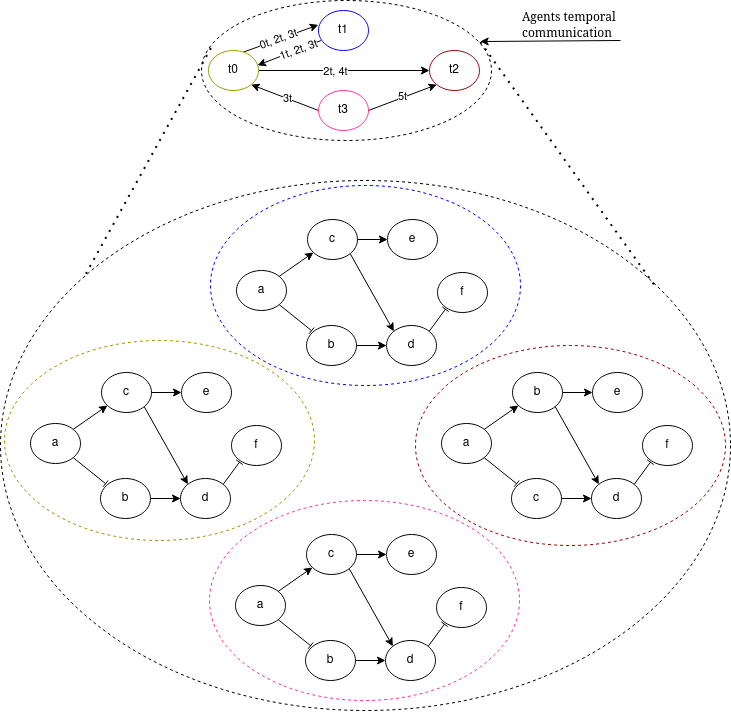
Before: docs/images/MAStemporal.drawio.png, a diagram exported from draw.io (josura/c2c-sepia). Source tidied: cells renumbered, new cells last; positions are measured from the earlier drawing's top-left corner, leaving out a move shared by most shapes. Source of this version:
```xml
<mxGraphModel>
  <root>
    <mxCell id="0" />
    <mxCell id="1" parent="0" />
    <mxCell id="2" style="ellipse;whiteSpace=wrap;html=1;dashed=1;fillColor=none;strokeColor=#000000;" parent="1" vertex="1">
      <mxGeometry x="201" width="290" height="140" as="geometry" />
    </mxCell>
    <mxCell id="3" style="ellipse;whiteSpace=wrap;html=1;dashed=1;fillColor=none;strokeColor=#000000;" parent="1" vertex="1">
      <mxGeometry y="180" width="730" height="530" as="geometry" />
    </mxCell>
    <mxCell id="4" style="ellipse;whiteSpace=wrap;html=1;dashed=1;fillColor=none;strokeColor=#999900;" parent="1" vertex="1">
      <mxGeometry x="4" y="340" width="310" height="200" as="geometry" />
    </mxCell>
    <mxCell id="5" style="edgeStyle=none;rounded=0;jettySize=auto;html=1;exitX=1;exitY=1;exitDx=0;exitDy=0;endArrow=baseDash;endFill=0;entryX=0.102;entryY=0.129;entryDx=0;entryDy=0;entryPerimeter=0;" parent="1" edge="1" source="7" target="12">
      <mxGeometry relative="1" as="geometry" />
    </mxCell>
    <mxCell id="6" style="edgeStyle=none;rounded=0;jettySize=auto;html=1;exitX=1;exitY=0;exitDx=0;exitDy=0;" parent="1" edge="1" source="7" target="10">
      <mxGeometry relative="1" as="geometry" />
    </mxCell>
    <mxCell id="7" value="a" style="ellipse;whiteSpace=wrap;html=1;" parent="1" vertex="1">
      <mxGeometry x="30" y="423" width="50" height="40" as="geometry" />
    </mxCell>
    <mxCell id="8" style="edgeStyle=none;rounded=0;jettySize=auto;html=1;exitX=1;exitY=0.5;exitDx=0;exitDy=0;entryX=0;entryY=0.5;entryDx=0;entryDy=0;" parent="1" edge="1" source="10" target="15">
      <mxGeometry relative="1" as="geometry" />
    </mxCell>
    <mxCell id="9" style="edgeStyle=none;rounded=0;jettySize=auto;html=1;exitX=1;exitY=1;exitDx=0;exitDy=0;entryX=0;entryY=0;entryDx=0;entryDy=0;" parent="1" edge="1" source="10" target="14">
      <mxGeometry relative="1" as="geometry" />
    </mxCell>
    <mxCell id="10" value="c" style="ellipse;whiteSpace=wrap;html=1;" parent="1" vertex="1">
      <mxGeometry x="101" y="372" width="50" height="40" as="geometry" />
    </mxCell>
    <mxCell id="11" style="edgeStyle=none;rounded=0;jettySize=auto;html=1;exitX=1;exitY=0.5;exitDx=0;exitDy=0;" parent="1" edge="1" source="12" target="14">
      <mxGeometry relative="1" as="geometry" />
    </mxCell>
    <mxCell id="12" value="b" style="ellipse;whiteSpace=wrap;html=1;" parent="1" vertex="1">
      <mxGeometry x="100" y="478" width="50" height="40" as="geometry" />
    </mxCell>
    <mxCell id="13" style="edgeStyle=none;rounded=0;jettySize=auto;html=1;exitX=1;exitY=0;exitDx=0;exitDy=0;entryX=0.159;entryY=0.917;entryDx=0;entryDy=0;endArrow=baseDash;endFill=0;entryPerimeter=0;" parent="1" edge="1" source="14" target="16">
      <mxGeometry relative="1" as="geometry" />
    </mxCell>
    <mxCell id="14" value="d" style="ellipse;whiteSpace=wrap;html=1;" parent="1" vertex="1">
      <mxGeometry x="180" y="478" width="50" height="40" as="geometry" />
    </mxCell>
    <mxCell id="15" value="e" style="ellipse;whiteSpace=wrap;html=1;" parent="1" vertex="1">
      <mxGeometry x="181" y="372" width="50" height="40" as="geometry" />
    </mxCell>
    <mxCell id="16" value="f" style="ellipse;whiteSpace=wrap;html=1;" parent="1" vertex="1">
      <mxGeometry x="231" y="425" width="50" height="40" as="geometry" />
    </mxCell>
    <mxCell id="17" style="edgeStyle=none;rounded=0;jettySize=auto;html=1;exitX=0.692;exitY=0.044;exitDx=0;exitDy=0;entryX=-0.004;entryY=0.359;entryDx=0;entryDy=0;exitPerimeter=0;entryPerimeter=0;" parent="1" edge="1" source="21" target="51">
      <mxGeometry relative="1" as="geometry" />
    </mxCell>
    <mxCell id="18" value="0t, 2t, 3t" style="edgeLabel;html=1;align=center;verticalAlign=middle;rotation=-20;" parent="17" vertex="1">
      <mxGeometry x="-0.35" y="1" relative="1" as="geometry">
        <mxPoint x="11" y="-3" as="offset" />
      </mxGeometry>
    </mxCell>
    <mxCell id="19" style="edgeStyle=none;rounded=0;jettySize=auto;html=1;exitX=1;exitY=0.5;exitDx=0;exitDy=0;entryX=0;entryY=0.5;entryDx=0;entryDy=0;" parent="1" edge="1" source="21" target="35">
      <mxGeometry relative="1" as="geometry" />
    </mxCell>
    <mxCell id="20" value="2t, 4t" style="edgeLabel;html=1;align=center;verticalAlign=middle;" parent="19" vertex="1">
      <mxGeometry x="-0.11" y="-1" relative="1" as="geometry" />
    </mxCell>
    <mxCell id="21" value="t0" style="ellipse;whiteSpace=wrap;html=1;strokeColor=#999900;" parent="1" vertex="1">
      <mxGeometry x="208" y="50" width="50" height="40" as="geometry" />
    </mxCell>
    <mxCell id="22" style="ellipse;whiteSpace=wrap;html=1;dashed=1;fillColor=none;strokeColor=#990000;" parent="1" vertex="1">
      <mxGeometry x="415" y="345" width="310" height="200" as="geometry" />
    </mxCell>
    <mxCell id="23" style="edgeStyle=none;rounded=0;jettySize=auto;html=1;exitX=1;exitY=1;exitDx=0;exitDy=0;endArrow=baseDash;endFill=0;entryX=0.102;entryY=0.129;entryDx=0;entryDy=0;entryPerimeter=0;" parent="1" edge="1" source="25" target="30">
      <mxGeometry relative="1" as="geometry" />
    </mxCell>
    <mxCell id="24" style="edgeStyle=none;rounded=0;jettySize=auto;html=1;exitX=1;exitY=0;exitDx=0;exitDy=0;" parent="1" edge="1" source="25" target="28">
      <mxGeometry relative="1" as="geometry" />
    </mxCell>
    <mxCell id="25" value="a" style="ellipse;whiteSpace=wrap;html=1;" parent="1" vertex="1">
      <mxGeometry x="441" y="423" width="50" height="40" as="geometry" />
    </mxCell>
    <mxCell id="26" style="edgeStyle=none;rounded=0;jettySize=auto;html=1;exitX=1;exitY=0.5;exitDx=0;exitDy=0;entryX=0;entryY=0.5;entryDx=0;entryDy=0;" parent="1" edge="1" source="28" target="33">
      <mxGeometry relative="1" as="geometry" />
    </mxCell>
    <mxCell id="27" style="edgeStyle=none;rounded=0;jettySize=auto;html=1;exitX=1;exitY=1;exitDx=0;exitDy=0;entryX=0;entryY=0;entryDx=0;entryDy=0;" parent="1" edge="1" source="28" target="32">
      <mxGeometry relative="1" as="geometry" />
    </mxCell>
    <mxCell id="28" value="b" style="ellipse;whiteSpace=wrap;html=1;" parent="1" vertex="1">
      <mxGeometry x="512" y="372" width="50" height="40" as="geometry" />
    </mxCell>
    <mxCell id="29" style="edgeStyle=none;rounded=0;jettySize=auto;html=1;exitX=1;exitY=0.5;exitDx=0;exitDy=0;" parent="1" edge="1" source="30" target="32">
      <mxGeometry relative="1" as="geometry" />
    </mxCell>
    <mxCell id="30" value="c" style="ellipse;whiteSpace=wrap;html=1;" parent="1" vertex="1">
      <mxGeometry x="511" y="478" width="50" height="40" as="geometry" />
    </mxCell>
    <mxCell id="31" style="edgeStyle=none;rounded=0;jettySize=auto;html=1;exitX=1;exitY=0;exitDx=0;exitDy=0;entryX=0.159;entryY=0.917;entryDx=0;entryDy=0;endArrow=baseDash;endFill=0;entryPerimeter=0;" parent="1" edge="1" source="32" target="34">
      <mxGeometry relative="1" as="geometry" />
    </mxCell>
    <mxCell id="32" value="d" style="ellipse;whiteSpace=wrap;html=1;" parent="1" vertex="1">
      <mxGeometry x="591" y="478" width="50" height="40" as="geometry" />
    </mxCell>
    <mxCell id="33" value="e" style="ellipse;whiteSpace=wrap;html=1;" parent="1" vertex="1">
      <mxGeometry x="592" y="372" width="50" height="40" as="geometry" />
    </mxCell>
    <mxCell id="34" value="f" style="ellipse;whiteSpace=wrap;html=1;" parent="1" vertex="1">
      <mxGeometry x="642" y="425" width="50" height="40" as="geometry" />
    </mxCell>
    <mxCell id="35" value="t2" style="ellipse;whiteSpace=wrap;html=1;strokeColor=#990000;" parent="1" vertex="1">
      <mxGeometry x="429" y="50" width="50" height="40" as="geometry" />
    </mxCell>
    <mxCell id="36" style="ellipse;whiteSpace=wrap;html=1;dashed=1;fillColor=none;strokeColor=#0000FF;" parent="1" vertex="1">
      <mxGeometry x="210" y="185" width="310" height="200" as="geometry" />
    </mxCell>
    <mxCell id="37" style="edgeStyle=none;rounded=0;jettySize=auto;html=1;exitX=1;exitY=1;exitDx=0;exitDy=0;endArrow=baseDash;endFill=0;entryX=0.102;entryY=0.129;entryDx=0;entryDy=0;entryPerimeter=0;" parent="1" edge="1" source="39" target="44">
      <mxGeometry relative="1" as="geometry" />
    </mxCell>
    <mxCell id="38" style="edgeStyle=none;rounded=0;jettySize=auto;html=1;exitX=1;exitY=0;exitDx=0;exitDy=0;" parent="1" edge="1" source="39" target="42">
      <mxGeometry relative="1" as="geometry" />
    </mxCell>
    <mxCell id="39" value="a" style="ellipse;whiteSpace=wrap;html=1;" parent="1" vertex="1">
      <mxGeometry x="236" y="270" width="50" height="40" as="geometry" />
    </mxCell>
    <mxCell id="40" style="edgeStyle=none;rounded=0;jettySize=auto;html=1;exitX=1;exitY=0.5;exitDx=0;exitDy=0;entryX=0;entryY=0.5;entryDx=0;entryDy=0;" parent="1" edge="1" source="42" target="47">
      <mxGeometry relative="1" as="geometry" />
    </mxCell>
    <mxCell id="41" style="edgeStyle=none;rounded=0;jettySize=auto;html=1;exitX=1;exitY=1;exitDx=0;exitDy=0;entryX=0;entryY=0;entryDx=0;entryDy=0;" parent="1" edge="1" source="42" target="46">
      <mxGeometry relative="1" as="geometry" />
    </mxCell>
    <mxCell id="42" value="c" style="ellipse;whiteSpace=wrap;html=1;" parent="1" vertex="1">
      <mxGeometry x="307" y="219" width="50" height="40" as="geometry" />
    </mxCell>
    <mxCell id="43" style="edgeStyle=none;rounded=0;jettySize=auto;html=1;exitX=1;exitY=0.5;exitDx=0;exitDy=0;" parent="1" edge="1" source="44" target="46">
      <mxGeometry relative="1" as="geometry" />
    </mxCell>
    <mxCell id="44" value="b" style="ellipse;whiteSpace=wrap;html=1;" parent="1" vertex="1">
      <mxGeometry x="306" y="325" width="50" height="40" as="geometry" />
    </mxCell>
    <mxCell id="45" style="edgeStyle=none;rounded=0;jettySize=auto;html=1;exitX=1;exitY=0;exitDx=0;exitDy=0;entryX=0.159;entryY=0.917;entryDx=0;entryDy=0;endArrow=baseDash;endFill=0;entryPerimeter=0;" parent="1" edge="1" source="46" target="48">
      <mxGeometry relative="1" as="geometry" />
    </mxCell>
    <mxCell id="46" value="d" style="ellipse;whiteSpace=wrap;html=1;" parent="1" vertex="1">
      <mxGeometry x="386" y="325" width="50" height="40" as="geometry" />
    </mxCell>
    <mxCell id="47" value="e" style="ellipse;whiteSpace=wrap;html=1;" parent="1" vertex="1">
      <mxGeometry x="387" y="219" width="50" height="40" as="geometry" />
    </mxCell>
    <mxCell id="48" value="f" style="ellipse;whiteSpace=wrap;html=1;" parent="1" vertex="1">
      <mxGeometry x="437" y="272" width="50" height="40" as="geometry" />
    </mxCell>
    <mxCell id="49" style="edgeStyle=none;rounded=0;jettySize=auto;html=1;exitX=0.048;exitY=0.752;exitDx=0;exitDy=0;entryX=0.981;entryY=0.371;entryDx=0;entryDy=0;entryPerimeter=0;exitPerimeter=0;" parent="1" edge="1" source="51" target="21">
      <mxGeometry relative="1" as="geometry" />
    </mxCell>
    <mxCell id="50" value="1t, 2t, 3t" style="edgeLabel;html=1;align=center;verticalAlign=middle;rotation=-20;" parent="49" vertex="1">
      <mxGeometry x="-0.49" relative="1" as="geometry">
        <mxPoint x="-7" y="3" as="offset" />
      </mxGeometry>
    </mxCell>
    <mxCell id="51" value="t1" style="ellipse;whiteSpace=wrap;html=1;strokeColor=#0000FF;" parent="1" vertex="1">
      <mxGeometry x="318" y="10" width="50" height="40" as="geometry" />
    </mxCell>
    <mxCell id="52" style="ellipse;whiteSpace=wrap;html=1;dashed=1;fillColor=none;strokeColor=#FF3399;" parent="1" vertex="1">
      <mxGeometry x="209" y="500" width="310" height="200" as="geometry" />
    </mxCell>
    <mxCell id="53" style="edgeStyle=none;rounded=0;jettySize=auto;html=1;exitX=1;exitY=1;exitDx=0;exitDy=0;endArrow=baseDash;endFill=0;entryX=0.102;entryY=0.129;entryDx=0;entryDy=0;entryPerimeter=0;" parent="1" edge="1" source="55" target="60">
      <mxGeometry relative="1" as="geometry" />
    </mxCell>
    <mxCell id="54" style="edgeStyle=none;rounded=0;jettySize=auto;html=1;exitX=1;exitY=0;exitDx=0;exitDy=0;" parent="1" edge="1" source="55" target="58">
      <mxGeometry relative="1" as="geometry" />
    </mxCell>
    <mxCell id="55" value="a" style="ellipse;whiteSpace=wrap;html=1;" parent="1" vertex="1">
      <mxGeometry x="235" y="585" width="50" height="40" as="geometry" />
    </mxCell>
    <mxCell id="56" style="edgeStyle=none;rounded=0;jettySize=auto;html=1;exitX=1;exitY=0.5;exitDx=0;exitDy=0;entryX=0;entryY=0.5;entryDx=0;entryDy=0;" parent="1" edge="1" source="58" target="63">
      <mxGeometry relative="1" as="geometry" />
    </mxCell>
    <mxCell id="57" style="edgeStyle=none;rounded=0;jettySize=auto;html=1;exitX=1;exitY=1;exitDx=0;exitDy=0;entryX=0;entryY=0;entryDx=0;entryDy=0;" parent="1" edge="1" source="58" target="62">
      <mxGeometry relative="1" as="geometry" />
    </mxCell>
    <mxCell id="58" value="c" style="ellipse;whiteSpace=wrap;html=1;" parent="1" vertex="1">
      <mxGeometry x="306" y="534" width="50" height="40" as="geometry" />
    </mxCell>
    <mxCell id="59" style="edgeStyle=none;rounded=0;jettySize=auto;html=1;exitX=1;exitY=0.5;exitDx=0;exitDy=0;" parent="1" edge="1" source="60" target="62">
      <mxGeometry relative="1" as="geometry" />
    </mxCell>
    <mxCell id="60" value="b" style="ellipse;whiteSpace=wrap;html=1;" parent="1" vertex="1">
      <mxGeometry x="305" y="640" width="50" height="40" as="geometry" />
    </mxCell>
    <mxCell id="61" style="edgeStyle=none;rounded=0;jettySize=auto;html=1;exitX=1;exitY=0;exitDx=0;exitDy=0;entryX=0.159;entryY=0.917;entryDx=0;entryDy=0;endArrow=baseDash;endFill=0;entryPerimeter=0;" parent="1" edge="1" source="62" target="64">
      <mxGeometry relative="1" as="geometry" />
    </mxCell>
    <mxCell id="62" value="d" style="ellipse;whiteSpace=wrap;html=1;" parent="1" vertex="1">
      <mxGeometry x="385" y="640" width="50" height="40" as="geometry" />
    </mxCell>
    <mxCell id="63" value="e" style="ellipse;whiteSpace=wrap;html=1;" parent="1" vertex="1">
      <mxGeometry x="386" y="534" width="50" height="40" as="geometry" />
    </mxCell>
    <mxCell id="64" value="f" style="ellipse;whiteSpace=wrap;html=1;" parent="1" vertex="1">
      <mxGeometry x="436" y="587" width="50" height="40" as="geometry" />
    </mxCell>
    <mxCell id="65" style="edgeStyle=none;rounded=0;jettySize=auto;html=1;exitX=0;exitY=0.5;exitDx=0;exitDy=0;entryX=1;entryY=1;entryDx=0;entryDy=0;" parent="1" edge="1" source="69" target="21">
      <mxGeometry relative="1" as="geometry" />
    </mxCell>
    <mxCell id="66" value="3t" style="edgeLabel;html=1;align=center;verticalAlign=middle;" parent="65" vertex="1">
      <mxGeometry x="-0.06" relative="1" as="geometry" />
    </mxCell>
    <mxCell id="67" style="edgeStyle=none;rounded=0;jettySize=auto;html=1;exitX=1;exitY=0.5;exitDx=0;exitDy=0;entryX=0;entryY=1;entryDx=0;entryDy=0;" parent="1" edge="1" source="69" target="35">
      <mxGeometry relative="1" as="geometry" />
    </mxCell>
    <mxCell id="68" value="5t" style="edgeLabel;html=1;align=center;verticalAlign=middle;" parent="67" vertex="1">
      <mxGeometry x="0.01" y="1" relative="1" as="geometry" />
    </mxCell>
    <mxCell id="69" value="t3" style="ellipse;whiteSpace=wrap;html=1;strokeColor=#FF3399;" parent="1" vertex="1">
      <mxGeometry x="318" y="90" width="50" height="40" as="geometry" />
    </mxCell>
    <mxCell id="70" style="endArrow=none;dashed=1;html=1;dashPattern=1 3;strokeWidth=2;rounded=0;entryX=0.036;entryY=0.326;entryDx=0;entryDy=0;exitX=0.117;exitY=0.176;exitDx=0;exitDy=0;exitPerimeter=0;entryPerimeter=0;" parent="1" edge="1" source="3" target="2">
      <mxGeometry relative="1" as="geometry" />
    </mxCell>
    <mxCell id="71" style="endArrow=none;dashed=1;html=1;dashPattern=1 3;strokeWidth=2;rounded=0;entryX=0.951;entryY=0.266;entryDx=0;entryDy=0;exitX=0.895;exitY=0.196;exitDx=0;exitDy=0;exitPerimeter=0;entryPerimeter=0;" parent="1" edge="1" source="3" target="2">
      <mxGeometry relative="1" as="geometry" />
    </mxCell>
    <mxCell id="72" value="&lt;div align=&quot;left&quot;&gt;&lt;font face=&quot;Verdana&quot;&gt;Agents temporal &lt;br&gt;&lt;/font&gt;&lt;/div&gt;&lt;div align=&quot;left&quot;&gt;&lt;font face=&quot;vIOQpKhhw21pUGHrhAOD&quot;&gt;communication&lt;/font&gt;&lt;/div&gt;" style="text;html=1;align=left;verticalAlign=middle;strokeColor=none;fillColor=none;" parent="1" vertex="1">
      <mxGeometry x="520" width="120" height="50" as="geometry" />
    </mxCell>
    <mxCell id="73" style="endArrow=classic;html=1;rounded=0;entryX=0.961;entryY=0.293;entryDx=0;entryDy=0;entryPerimeter=0;" parent="1" edge="1" target="2">
      <mxGeometry relative="1" as="geometry">
        <mxPoint x="620" y="40" as="sourcePoint" />
      </mxGeometry>
    </mxCell>
  </root>
</mxGraphModel>
```
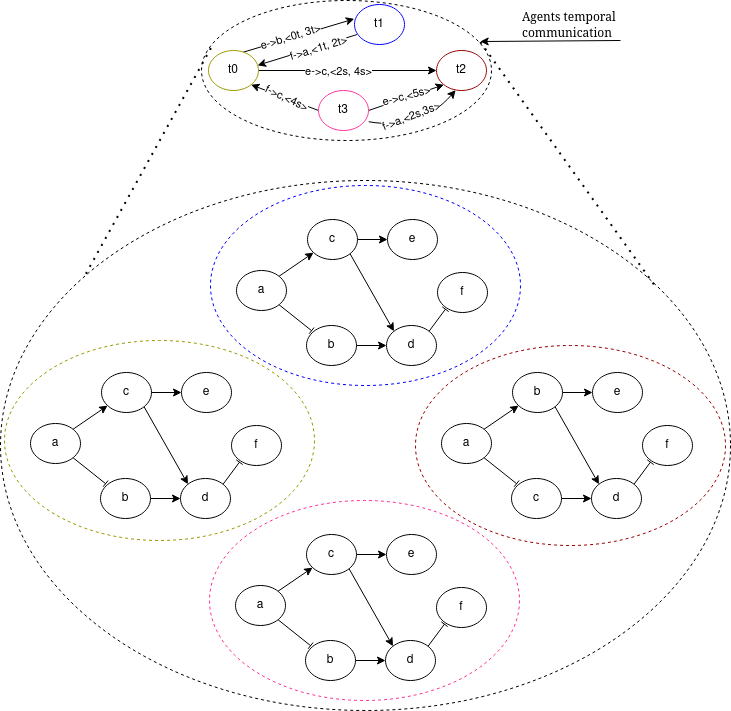
Above is the later version.

What changed in the source:
```diff
@@ -50,7 +50,7 @@
     <mxCell id="17" style="edgeStyle=none;rounded=0;jettySize=auto;html=1;exitX=0.692;exitY=0.044;exitDx=0;exitDy=0;entryX=-0.004;entryY=0.359;entryDx=0;entryDy=0;exitPerimeter=0;entryPerimeter=0;" parent="1" edge="1" source="21" target="51">
       <mxGeometry relative="1" as="geometry" />
     </mxCell>
-    <mxCell id="18" value="0t, 2t, 3t" style="edgeLabel;html=1;align=center;verticalAlign=middle;rotation=-20;" parent="17" vertex="1">
+    <mxCell id="18" value="e-&amp;gt;b,&amp;lt;0t, 3t&amp;gt;" style="edgeLabel;html=1;align=center;verticalAlign=middle;rotation=-17;" parent="17" vertex="1">
       <mxGeometry x="-0.35" y="1" relative="1" as="geometry">
         <mxPoint x="11" y="-3" as="offset" />
       </mxGeometry>
@@ -58,7 +58,7 @@
     <mxCell id="19" style="edgeStyle=none;rounded=0;jettySize=auto;html=1;exitX=1;exitY=0.5;exitDx=0;exitDy=0;entryX=0;entryY=0.5;entryDx=0;entryDy=0;" parent="1" edge="1" source="21" target="35">
       <mxGeometry relative="1" as="geometry" />
     </mxCell>
-    <mxCell id="20" value="2t, 4t" style="edgeLabel;html=1;align=center;verticalAlign=middle;" parent="19" vertex="1">
+    <mxCell id="20" value="e-&amp;gt;c,&amp;lt;2s, 4s&amp;gt;" style="edgeLabel;html=1;align=center;verticalAlign=middle;" parent="19" vertex="1">
       <mxGeometry x="-0.11" y="-1" relative="1" as="geometry" />
     </mxCell>
     <mxCell id="21" value="t0" style="ellipse;whiteSpace=wrap;html=1;strokeColor=#999900;" parent="1" vertex="1">
@@ -104,7 +104,7 @@
       <mxGeometry x="642" y="425" width="50" height="40" as="geometry" />
     </mxCell>
     <mxCell id="35" value="t2" style="ellipse;whiteSpace=wrap;html=1;strokeColor=#990000;" parent="1" vertex="1">
-      <mxGeometry x="429" y="50" width="50" height="40" as="geometry" />
+      <mxGeometry x="436" y="50" width="50" height="40" as="geometry" />
     </mxCell>
     <mxCell id="36" style="ellipse;whiteSpace=wrap;html=1;dashed=1;fillColor=none;strokeColor=#0000FF;" parent="1" vertex="1">
       <mxGeometry x="210" y="185" width="310" height="200" as="geometry" />
@@ -148,13 +148,13 @@
     <mxCell id="49" style="edgeStyle=none;rounded=0;jettySize=auto;html=1;exitX=0.048;exitY=0.752;exitDx=0;exitDy=0;entryX=0.981;entryY=0.371;entryDx=0;entryDy=0;entryPerimeter=0;exitPerimeter=0;" parent="1" edge="1" source="51" target="21">
       <mxGeometry relative="1" as="geometry" />
     </mxCell>
-    <mxCell id="50" value="1t, 2t, 3t" style="edgeLabel;html=1;align=center;verticalAlign=middle;rotation=-20;" parent="49" vertex="1">
+    <mxCell id="50" value="f-&amp;gt;a,&amp;lt;1t, 2t&amp;gt;" style="edgeLabel;html=1;align=center;verticalAlign=middle;rotation=-17;" parent="49" vertex="1">
       <mxGeometry x="-0.49" relative="1" as="geometry">
-        <mxPoint x="-7" y="3" as="offset" />
+        <mxPoint x="-13" y="6" as="offset" />
       </mxGeometry>
     </mxCell>
     <mxCell id="51" value="t1" style="ellipse;whiteSpace=wrap;html=1;strokeColor=#0000FF;" parent="1" vertex="1">
-      <mxGeometry x="318" y="10" width="50" height="40" as="geometry" />
+      <mxGeometry x="354" y="4" width="50" height="40" as="geometry" />
     </mxCell>
     <mxCell id="52" style="ellipse;whiteSpace=wrap;html=1;dashed=1;fillColor=none;strokeColor=#FF3399;" parent="1" vertex="1">
       <mxGeometry x="209" y="500" width="310" height="200" as="geometry" />
@@ -198,13 +198,13 @@
     <mxCell id="65" style="edgeStyle=none;rounded=0;jettySize=auto;html=1;exitX=0;exitY=0.5;exitDx=0;exitDy=0;entryX=1;entryY=1;entryDx=0;entryDy=0;" parent="1" edge="1" source="69" target="21">
       <mxGeometry relative="1" as="geometry" />
     </mxCell>
-    <mxCell id="66" value="3t" style="edgeLabel;html=1;align=center;verticalAlign=middle;" parent="65" vertex="1">
+    <mxCell id="66" value="f-&amp;gt;c,&amp;lt;4s&amp;gt;" style="edgeLabel;html=1;align=center;verticalAlign=middle;rotation=25;" parent="65" vertex="1">
       <mxGeometry x="-0.06" relative="1" as="geometry" />
     </mxCell>
     <mxCell id="67" style="edgeStyle=none;rounded=0;jettySize=auto;html=1;exitX=1;exitY=0.5;exitDx=0;exitDy=0;entryX=0;entryY=1;entryDx=0;entryDy=0;" parent="1" edge="1" source="69" target="35">
       <mxGeometry relative="1" as="geometry" />
     </mxCell>
-    <mxCell id="68" value="5t" style="edgeLabel;html=1;align=center;verticalAlign=middle;" parent="67" vertex="1">
+    <mxCell id="68" value="e-&amp;gt;c,&amp;lt;5s&amp;gt;" style="edgeLabel;html=1;align=center;verticalAlign=middle;rotation=-15;" parent="67" vertex="1">
       <mxGeometry x="0.01" y="1" relative="1" as="geometry" />
     </mxCell>
     <mxCell id="69" value="t3" style="ellipse;whiteSpace=wrap;html=1;strokeColor=#FF3399;" parent="1" vertex="1">
@@ -224,5 +224,17 @@
         <mxPoint x="620" y="40" as="sourcePoint" />
       </mxGeometry>
     </mxCell>
+    <mxCell id="74" style="endArrow=classic;html=1;rounded=0;curved=1;exitX=1.004;exitY=0.781;exitDx=0;exitDy=0;exitPerimeter=0;entryX=0.383;entryY=0.991;entryDx=0;entryDy=0;entryPerimeter=0;" parent="1" edge="1" source="69" target="35">
+      <mxGeometry relative="1" as="geometry">
+        <Array as="points">
+          <mxPoint x="420" y="130" />
+        </Array>
+      </mxGeometry>
+    </mxCell>
+    <mxCell id="75" value="f-&amp;gt;a,&amp;lt;2s,3s&amp;gt;" style="edgeLabel;html=1;align=center;verticalAlign=middle;rotation=-21;" parent="74" vertex="1">
+      <mxGeometry x="-0.23" y="9" relative="1" as="geometry">
+        <mxPoint x="1" y="-3" as="offset" />
+      </mxGeometry>
+    </mxCell>
   </root>
 </mxGraphModel>
```
